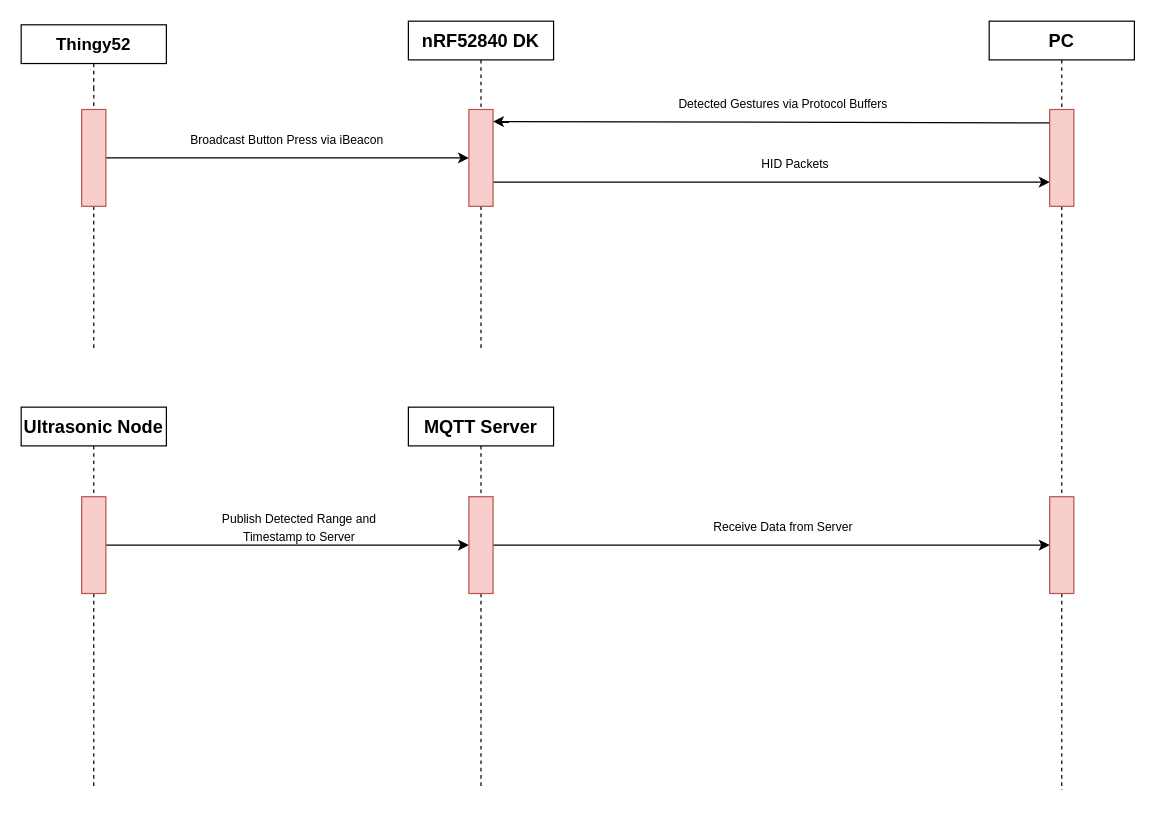
Before: milestone_docs/protocoldiagram/message-protocol-diagram.drawio in bree-hoff/CSSE4011, a draw.io diagram. Source tidied: cells renumbered, new cells numbered last; positions are measured from the earlier drawing's top-left corner, leaving out a move shared by most shapes. Both pictures are drawn from the tidied source at 121%, with x=0, y=0 at pixel (21, 21).
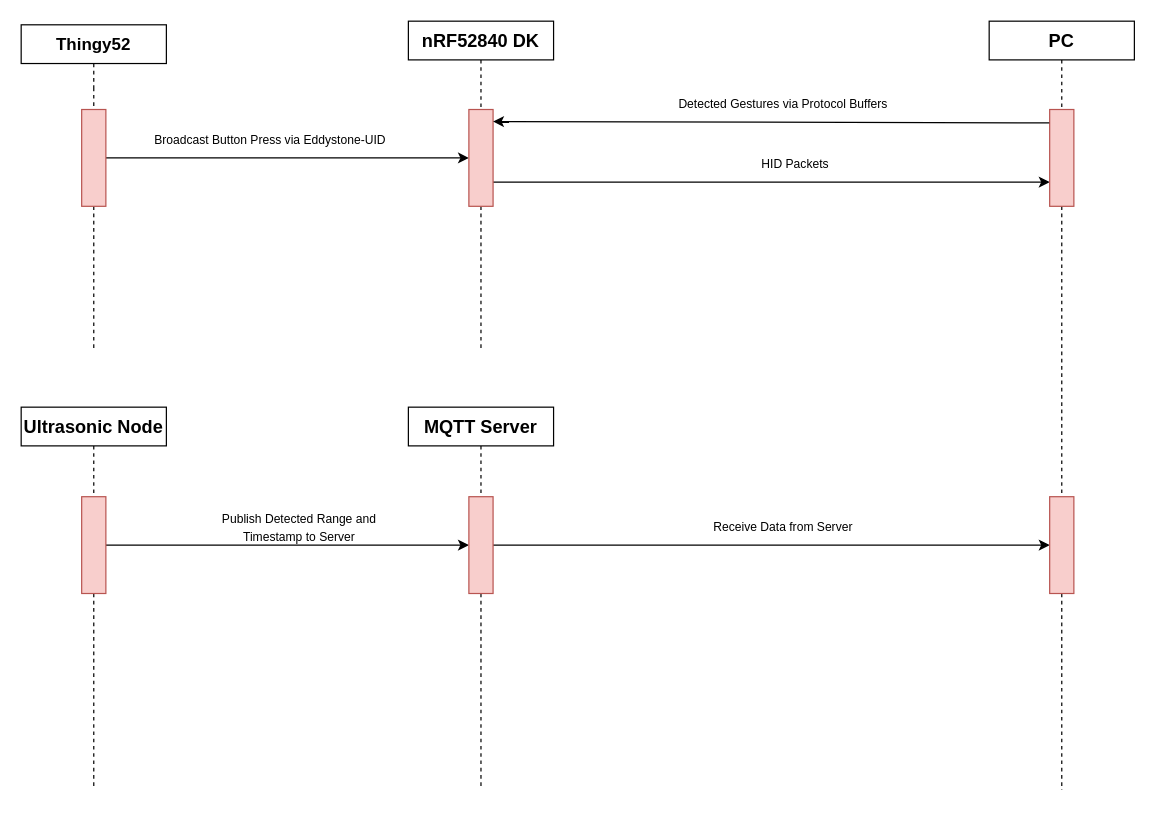
The same diagram, later.

Commit message (it also covers changes not shown here):
upadted charts with eddystone

What changed in the source:
```diff
@@
-    <mxCell id="29" value="&lt;font style=&quot;font-size: 10px;&quot;&gt;Broadcast Button Press via iBeacon&lt;/font&gt;" style="text;html=1;align=center;verticalAlign=middle;whiteSpace=wrap;rounded=0;" parent="1" vertex="1">
-      <mxGeometry x="130" y="83" width="180" height="30" as="geometry" />
+    <mxCell id="29" value="&lt;font style=&quot;font-size: 10px;&quot;&gt;Broadcast Button Press via Eddystone-UID&lt;/font&gt;" style="text;html=1;align=center;verticalAlign=middle;whiteSpace=wrap;rounded=0;" parent="1" vertex="1">
+      <mxGeometry x="102" y="83" width="208" height="30" as="geometry" />
     </mxCell>
```
